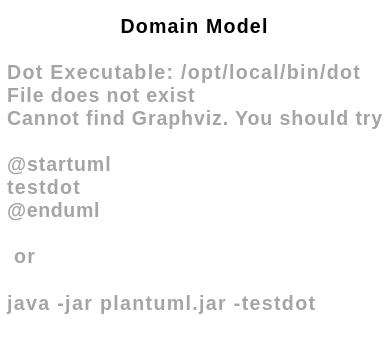
Above: docs/sprintA/US001/02.analysis/svg/us001-domain-model.svg in Rodrick0209/ISEP-LAPR2-22-23 (PlantUML), before the change. Source of this version:
```plantuml
@startuml
skinparamlocked defaultFontSize 20
skinparam monochrome true
skinparam packageStyle rectangle
skinparam shadowing false


skinparam classAttributeIconSize 0

hide circle
hide methods

title Domain Model


class System {

}

class Database {
    reference
    description
    informalDesc
    technicalDesc
    duration
    cost
}


class Property\ncontroller {
    name
    email
    position
    phone
}

class Unregistered\nuser {
    name
    phoneNumber
    email
}

System "1" - "0..*" Property\ncontroller : request >
System "1" - "0..*" Property\ncontroller : foward\ninformation <
Database "1.." - "0..*" System: owns >
Unregistered\nuser "1" - "0..*" System: interacts with >
Property\ncontroller "1." -- "*" Database : request >
Property\ncontroller "1." -- "*" Database : sends\nnecessary\ninformation <
@enduml
```
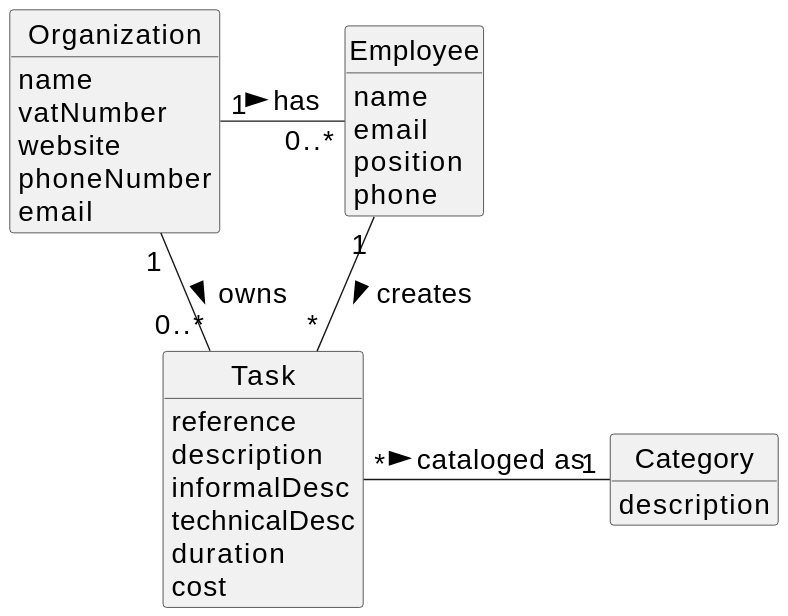
The same diagram one commit later.

What changed in the source:
```diff
@@ -10,14 +10,17 @@
 hide circle
 hide methods
 
-title Domain Model
 
 
-class System {
-
+class Organization {
+    name
+    vatNumber
+    website
+    phoneNumber
+    email
 }
 
-class Database {
+class Task {
     reference
     description
     informalDesc
@@ -26,24 +29,20 @@
     cost
 }
 
+class Category {
+    description
+}
 
-class Property\ncontroller {
+class Employee {
     name
     email
     position
     phone
 }
 
-class Unregistered\nuser {
-    name
-    phoneNumber
-    email
-}
 
-System "1" - "0..*" Property\ncontroller : request >
-System "1" - "0..*" Property\ncontroller : foward\ninformation <
-Database "1.." - "0..*" System: owns >
-Unregistered\nuser "1" - "0..*" System: interacts with >
-Property\ncontroller "1." -- "*" Database : request >
-Property\ncontroller "1." -- "*" Database : sends\nnecessary\ninformation <
+Organization "1" - "0..*" Employee : has >
+Organization "1" - "0..*" Task: owns >
+Employee "1" -- "*" Task : creates >
+Task "*" - "1" Category: cataloged as >
 @enduml
```
